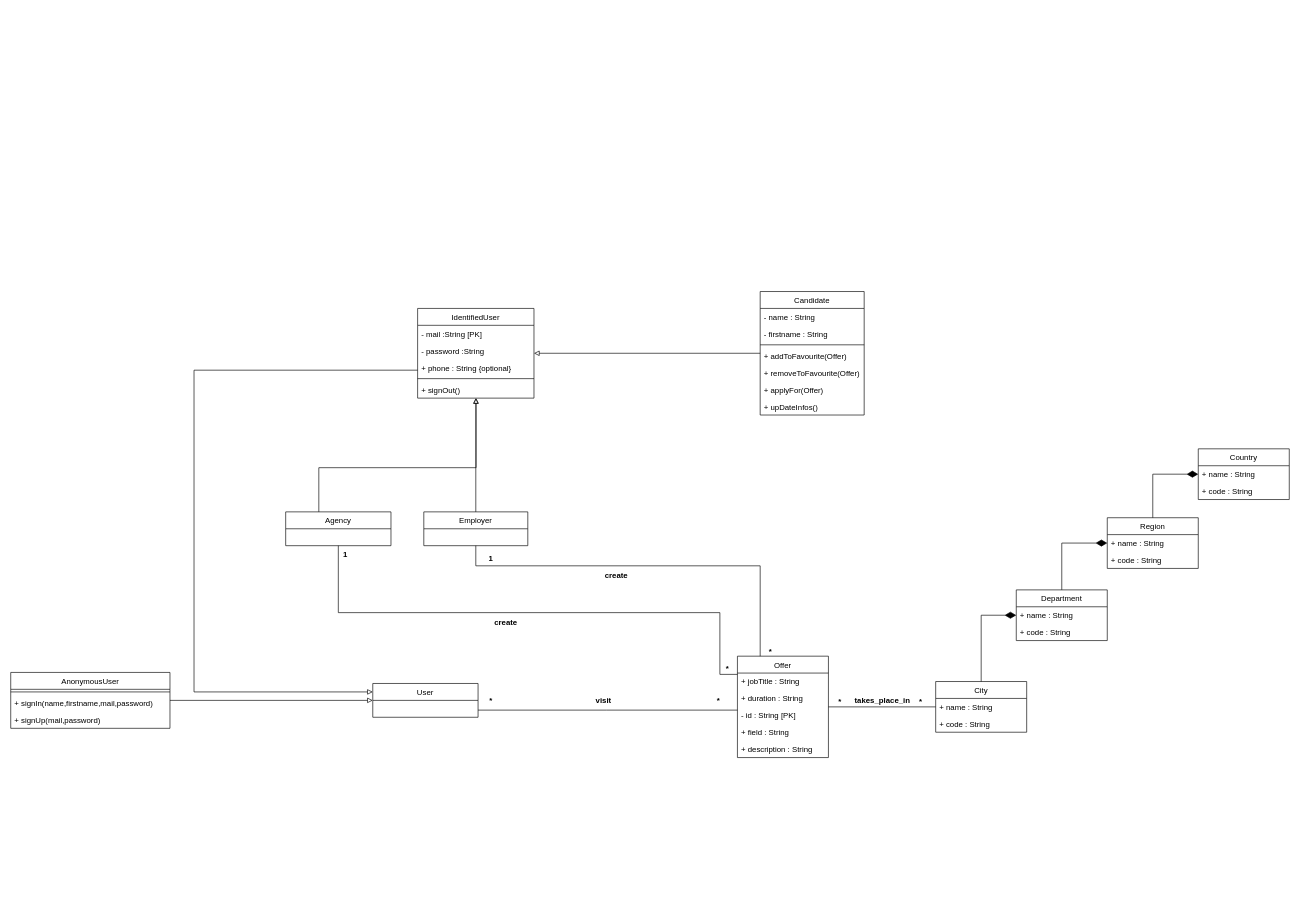
The draw.io diagram UML.drawio in Papittson/JobRetriever, before the edit. Source tidied: cells renumbered, new cells numbered last; positions are measured from the earlier drawing's top-left corner, leaving out a move shared by most shapes. Both pictures are drawn from the tidied source at 65%, with x=0, y=0 at pixel (10, 291).
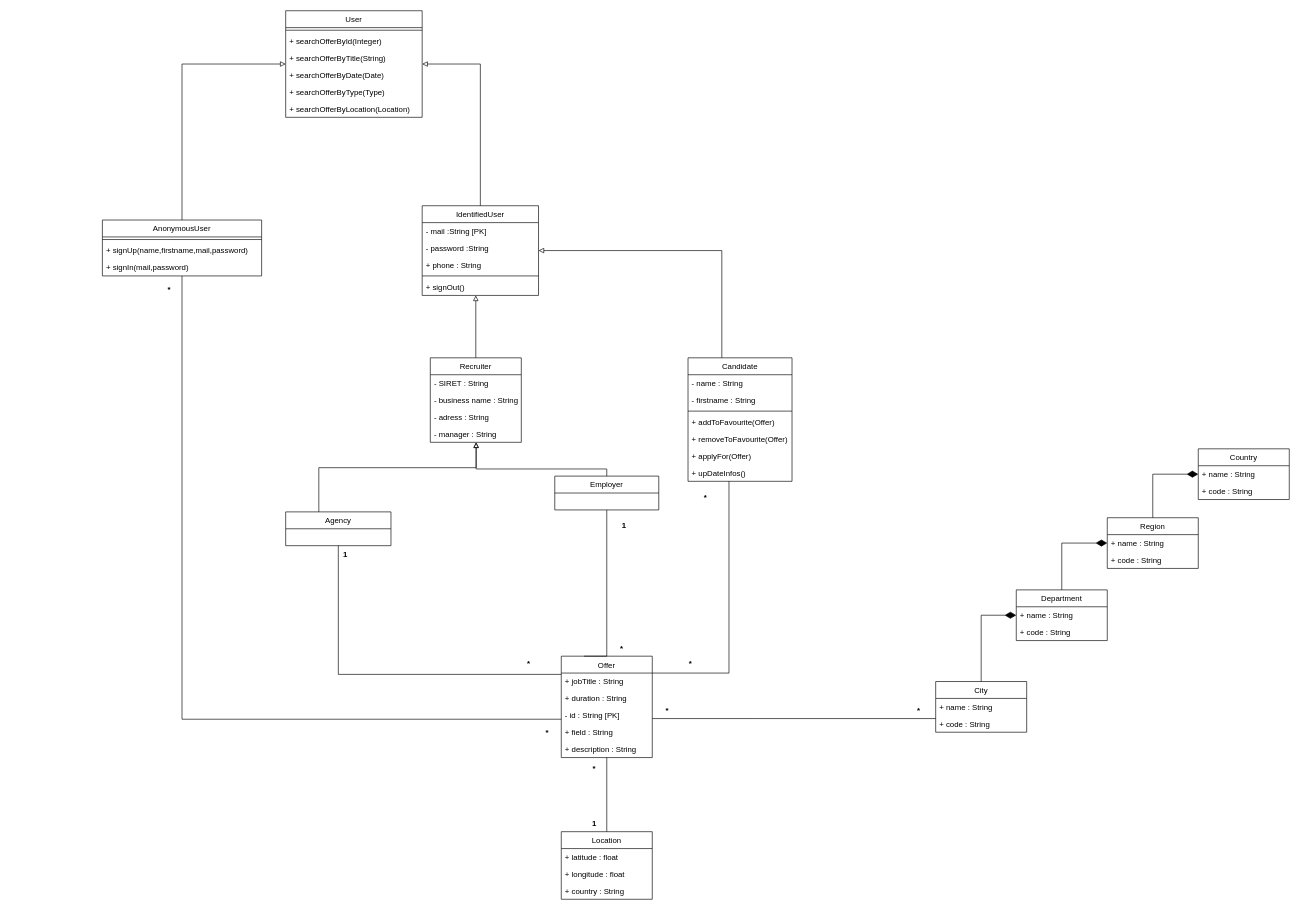
After the change.

Unchanged cells that the change refers to:
```xml
<mxCell id="17" value="City" style="swimlane;fontStyle=0;horizontal=1;startSize=26;fillColor=none;" parent="1" vertex="1">
  <mxGeometry x="1423" y="600" width="140" height="78" as="geometry" />
</mxCell>
<mxCell id="29" value="Agency" style="swimlane;fontStyle=0;horizontal=1;startSize=26;fillColor=none;" parent="1" vertex="1">
  <mxGeometry x="423" y="339" width="162" height="52" as="geometry" />
</mxCell>
```

What changed in the source:
```diff
@@
     <mxCell id="2" style="edgeStyle=orthogonalEdgeStyle;rounded=0;jettySize=auto;html=1;endArrow=none;endFill=0;startSize=0;endSize=15;" parent="1" edge="1" source="3" target="17">
-      <mxGeometry relative="1" as="geometry" />
+      <mxGeometry relative="1" as="geometry">
+        <Array as="points">
+          <mxPoint x="1148" y="657" />
+          <mxPoint x="1148" y="657" />
+        </Array>
+      </mxGeometry>
     </mxCell>
     <mxCell id="3" value="Offer" style="swimlane;fontStyle=0;horizontal=1;startSize=26;fillColor=none;" parent="1" vertex="1">
-      <mxGeometry x="1118" y="561" width="140" height="156" as="geometry" />
+      <mxGeometry x="847" y="561" width="140" height="156" as="geometry" />
     </mxCell>
@@
-    <mxCell id="24" style="edgeStyle=orthogonalEdgeStyle;rounded=0;jettySize=auto;html=1;endArrow=block;endFill=0;" parent="1" edge="1" source="26" target="36">
+    <mxCell id="24" style="edgeStyle=orthogonalEdgeStyle;rounded=0;jettySize=auto;html=1;endArrow=block;endFill=0;" parent="1" edge="1" source="26" target="74">
       <mxGeometry relative="1" as="geometry">
         <Array as="points">
-          <mxPoint x="716" y="247" />
-          <mxPoint x="716" y="247" />
+          <mxPoint x="917" y="273" />
+          <mxPoint x="716" y="273" />
         </Array>
       </mxGeometry>
     </mxCell>
     <mxCell id="25" style="edgeStyle=orthogonalEdgeStyle;rounded=0;jettySize=auto;html=1;entryX=0.25;entryY=0;entryDx=0;entryDy=0;endArrow=none;endFill=0;" parent="1" edge="1" source="26" target="3">
       <mxGeometry relative="1" as="geometry">
         <Array as="points">
-          <mxPoint x="716" y="422" />
-          <mxPoint x="1153" y="422" />
+          <mxPoint x="917" y="561" />
         </Array>
       </mxGeometry>
     </mxCell>
     <mxCell id="26" value="Employer" style="swimlane;fontStyle=0;horizontal=1;startSize=26;fillColor=none;" parent="1" vertex="1">
-      <mxGeometry x="635.5" y="339" width="160" height="52" as="geometry" />
+      <mxGeometry x="837" y="284" width="160" height="52" as="geometry" />
     </mxCell>
-    <mxCell id="27" style="edgeStyle=orthogonalEdgeStyle;rounded=0;jettySize=auto;html=1;endArrow=block;endFill=0;" parent="1" edge="1" source="29" target="36">
+    <mxCell id="27" style="edgeStyle=orthogonalEdgeStyle;rounded=0;jettySize=auto;html=1;endArrow=block;endFill=0;" parent="1" edge="1" source="29" target="74">
       <mxGeometry relative="1" as="geometry">
         <Array as="points">
           <mxPoint x="474" y="271" />
           <mxPoint x="716" y="271" />
+          <mxPoint x="716" y="200" />
         </Array>
       </mxGeometry>
     </mxCell>
     <mxCell id="28" style="edgeStyle=orthogonalEdgeStyle;rounded=0;jettySize=auto;html=1;endArrow=none;endFill=0;startArrow=none;" parent="1" edge="1" source="29" target="3">
       <mxGeometry relative="1" as="geometry">
         <Array as="points">
-          <mxPoint x="504" y="494" />
-          <mxPoint x="1091" y="494" />
-          <mxPoint x="1091" y="589" />
+          <mxPoint x="504" y="589" />
         </Array>
       </mxGeometry>
     </mxCell>
@@
-    <mxCell id="30" style="edgeStyle=orthogonalEdgeStyle;rounded=0;jettySize=auto;html=1;entryX=0;entryY=0.5;entryDx=0;entryDy=0;endArrow=block;endFill=0;" parent="1" edge="1" source="31" target="52">
+    <mxCell id="30" style="edgeStyle=orthogonalEdgeStyle;rounded=0;jettySize=auto;html=1;entryX=0;entryY=0.5;entryDx=0;entryDy=0;endArrow=block;endFill=0;exitX=0.5;exitY=0;exitDx=0;exitDy=0;" parent="1" edge="1" source="31" target="52">
       <mxGeometry relative="1" as="geometry" />
     </mxCell>
+    <mxCell id="65" style="edgeStyle=orthogonalEdgeStyle;rounded=0;jettySize=auto;html=1;endArrow=none;endFill=0;" parent="1" edge="1" source="31" target="3">
+      <mxGeometry relative="1" as="geometry">
+        <Array as="points">
+          <mxPoint x="264" y="658" />
+        </Array>
+      </mxGeometry>
+    </mxCell>
     <mxCell id="31" value="AnonymousUser" style="swimlane;fontStyle=0;horizontal=1;startSize=26;fillColor=none;" parent="1" vertex="1">
-      <mxGeometry y="586" width="245" height="86" as="geometry" />
+      <mxGeometry x="141" y="-110" width="245" height="86" as="geometry" />
     </mxCell>
@@
-    <mxCell id="33" value="+ signIn(name,firstname,mail,password)" style="text;strokeColor=none;fillColor=none;align=left;verticalAlign=top;spacingLeft=4;spacingRight=4;overflow=hidden;" parent="31" vertex="1">
+    <mxCell id="33" value="+ signUp(name,firstname,mail,password)" style="text;strokeColor=none;fillColor=none;align=left;verticalAlign=top;spacingLeft=4;spacingRight=4;overflow=hidden;" parent="31" vertex="1">
       <mxGeometry y="34" width="245" height="26" as="geometry" />
     </mxCell>
-    <mxCell id="34" value="+ signUp(mail,password)" style="text;strokeColor=none;fillColor=none;align=left;verticalAlign=top;spacingLeft=4;spacingRight=4;overflow=hidden;" parent="31" vertex="1">
+    <mxCell id="34" value="+ signIn(mail,password)" style="text;strokeColor=none;fillColor=none;align=left;verticalAlign=top;spacingLeft=4;spacingRight=4;overflow=hidden;" parent="31" vertex="1">
       <mxGeometry y="60" width="245" height="26" as="geometry" />
     </mxCell>
-    <mxCell id="35" style="edgeStyle=orthogonalEdgeStyle;rounded=0;jettySize=auto;html=1;entryX=0;entryY=0.25;entryDx=0;entryDy=0;endArrow=block;endFill=0;" parent="1" edge="1" source="36" target="52">
+    <mxCell id="35" style="edgeStyle=orthogonalEdgeStyle;rounded=0;jettySize=auto;html=1;endArrow=block;endFill=0;exitX=0.5;exitY=0;exitDx=0;exitDy=0;" parent="1" edge="1" source="36" target="52">
       <mxGeometry relative="1" as="geometry">
         <Array as="points">
-          <mxPoint x="282" y="121" />
-          <mxPoint x="282" y="616" />
+          <mxPoint x="723" y="-350" />
         </Array>
       </mxGeometry>
     </mxCell>
     <mxCell id="36" value="IdentifiedUser" style="swimlane;fontStyle=0;horizontal=1;startSize=26;fillColor=none;" parent="1" vertex="1">
-      <mxGeometry x="626" y="26" width="179" height="138" as="geometry" />
+      <mxGeometry x="633" y="-132" width="179" height="138" as="geometry" />
     </mxCell>
@@
-    <mxCell id="39" value="+ phone : String {optional}" style="text;strokeColor=none;fillColor=none;align=left;verticalAlign=top;spacingLeft=4;spacingRight=4;overflow=hidden;" parent="36" vertex="1">
+    <mxCell id="39" value="+ phone : String " style="text;strokeColor=none;fillColor=none;align=left;verticalAlign=top;spacingLeft=4;spacingRight=4;overflow=hidden;" parent="36" vertex="1">
       <mxGeometry y="78" width="179" height="26" as="geometry" />
     </mxCell>
@@
     <mxCell id="42" style="edgeStyle=orthogonalEdgeStyle;rounded=0;jettySize=auto;html=1;endArrow=block;endFill=0;" parent="1" edge="1" source="43" target="36">
-      <mxGeometry relative="1" as="geometry" />
+      <mxGeometry relative="1" as="geometry">
+        <Array as="points">
+          <mxPoint x="1094" y="-63" />
+        </Array>
+      </mxGeometry>
     </mxCell>
+    <mxCell id="66" style="edgeStyle=orthogonalEdgeStyle;rounded=0;jettySize=auto;html=1;endArrow=none;endFill=0;" parent="1" edge="1" source="43" target="3">
+      <mxGeometry relative="1" as="geometry">
+        <Array as="points">
+          <mxPoint x="1105" y="587" />
+        </Array>
+      </mxGeometry>
+    </mxCell>
     <mxCell id="43" value="Candidate" style="swimlane;fontStyle=0;horizontal=1;startSize=26;fillColor=none;" parent="1" vertex="1">
-      <mxGeometry x="1153" width="160" height="190" as="geometry" />
+      <mxGeometry x="1042" y="102" width="160" height="190" as="geometry" />
     </mxCell>
@@
-    <mxCell id="51" style="edgeStyle=orthogonalEdgeStyle;rounded=0;jettySize=auto;html=1;endArrow=none;endFill=0;" parent="1" edge="1" source="52" target="3">
-      <mxGeometry relative="1" as="geometry">
-        <Array as="points">
-          <mxPoint x="917" y="644" />
-          <mxPoint x="917" y="644" />
-        </Array>
-      </mxGeometry>
-    </mxCell>
     <mxCell id="52" value="User" style="swimlane;fontStyle=0;horizontal=1;startSize=26;fillColor=none;" parent="1" vertex="1">
-      <mxGeometry x="557" y="603" width="162" height="52" as="geometry" />
+      <mxGeometry x="423" y="-432" width="210" height="164" as="geometry" />
     </mxCell>
+    <mxCell id="67" style="line;strokeWidth=1;fillColor=none;align=left;verticalAlign=middle;spacingTop=-1;spacingLeft=3;spacingRight=3;labelPosition=right;strokeColor=inherit;" parent="52" vertex="1">
+      <mxGeometry y="26" width="210" height="8" as="geometry" />
+    </mxCell>
+    <mxCell id="68" value="+ searchOfferById(Integer)" style="text;strokeColor=none;fillColor=none;align=left;verticalAlign=top;spacingLeft=4;spacingRight=4;overflow=hidden;" parent="52" vertex="1">
+      <mxGeometry y="34" width="210" height="26" as="geometry" />
+    </mxCell>
+    <mxCell id="69" value="+ searchOfferByTitle(String)" style="text;strokeColor=none;fillColor=none;align=left;verticalAlign=top;spacingLeft=4;spacingRight=4;overflow=hidden;" parent="52" vertex="1">
+      <mxGeometry y="60" width="210" height="26" as="geometry" />
+    </mxCell>
+    <mxCell id="70" value="+ searchOfferByDate(Date)" style="text;strokeColor=none;fillColor=none;align=left;verticalAlign=top;spacingLeft=4;spacingRight=4;overflow=hidden;" parent="52" vertex="1">
+      <mxGeometry y="86" width="210" height="26" as="geometry" />
+    </mxCell>
+    <mxCell id="71" value="+ searchOfferByType(Type)" style="text;strokeColor=none;fillColor=none;align=left;verticalAlign=top;spacingLeft=4;spacingRight=4;overflow=hidden;" parent="52" vertex="1">
+      <mxGeometry y="112" width="210" height="26" as="geometry" />
+    </mxCell>
+    <mxCell id="72" value="+ searchOfferByLocation(Location)" style="text;strokeColor=none;fillColor=none;align=left;verticalAlign=top;spacingLeft=4;spacingRight=4;overflow=hidden;" parent="52" vertex="1">
+      <mxGeometry y="138" width="210" height="26" as="geometry" />
+    </mxCell>
     <mxCell id="53" value="*" style="text;align=center;fontStyle=1;verticalAlign=middle;spacingLeft=3;spacingRight=3;strokeColor=none;" parent="1" vertex="1">
-      <mxGeometry x="1049" y="616" width="80" height="26" as="geometry" />
+      <mxGeometry x="785.5" y="665" width="80" height="26" as="geometry" />
     </mxCell>
     <mxCell id="54" value="*" style="text;align=center;fontStyle=1;verticalAlign=middle;spacingLeft=3;spacingRight=3;strokeColor=none;" parent="1" vertex="1">
-      <mxGeometry x="699" y="616" width="80" height="26" as="geometry" />
+      <mxGeometry x="204" y="-17" width="80" height="26" as="geometry" />
     </mxCell>
     <mxCell id="55" value="*" style="text;align=center;fontStyle=1;verticalAlign=middle;spacingLeft=3;spacingRight=3;strokeColor=none;" parent="1" vertex="1">
-      <mxGeometry x="1360" y="617" width="80" height="26" as="geometry" />
+      <mxGeometry x="1357" y="631" width="80" height="26" as="geometry" />
     </mxCell>
     <mxCell id="56" value="*" style="text;align=center;fontStyle=1;verticalAlign=middle;spacingLeft=3;spacingRight=3;strokeColor=none;" parent="1" vertex="1">
-      <mxGeometry x="1236" y="617" width="80" height="26" as="geometry" />
+      <mxGeometry x="970" y="631" width="80" height="26" as="geometry" />
     </mxCell>
-    <mxCell id="57" value="visit " style="text;align=center;fontStyle=1;verticalAlign=middle;spacingLeft=3;spacingRight=3;strokeColor=none;" parent="1" vertex="1">
-      <mxGeometry x="874" y="616" width="80" height="26" as="geometry" />
-    </mxCell>
-    <mxCell id="58" value="takes_place_in " style="text;align=center;fontStyle=1;verticalAlign=middle;spacingLeft=3;spacingRight=3;strokeColor=none;" parent="1" vertex="1">
-      <mxGeometry x="1303" y="615" width="80" height="26" as="geometry" />
-    </mxCell>
     <mxCell id="59" value="1" style="text;align=center;fontStyle=1;verticalAlign=middle;spacingLeft=3;spacingRight=3;strokeColor=none;" parent="1" vertex="1">
-      <mxGeometry x="699" y="397" width="80" height="26" as="geometry" />
+      <mxGeometry x="904" y="346" width="80" height="26" as="geometry" />
     </mxCell>
-    <mxCell id="60" value="create" style="text;align=center;fontStyle=1;verticalAlign=middle;spacingLeft=3;spacingRight=3;strokeColor=none;" parent="1" vertex="1">
-      <mxGeometry x="892" y="423" width="80" height="26" as="geometry" />
-    </mxCell>
     <mxCell id="61" value="*" style="text;align=center;fontStyle=1;verticalAlign=middle;spacingLeft=3;spacingRight=3;strokeColor=none;" parent="1" vertex="1">
-      <mxGeometry x="1129" y="540" width="80" height="26" as="geometry" />
+      <mxGeometry x="900" y="535" width="80" height="26" as="geometry" />
     </mxCell>
-    <mxCell id="62" value="create" style="text;align=center;fontStyle=1;verticalAlign=middle;spacingLeft=3;spacingRight=3;strokeColor=none;" parent="1" vertex="1">
-      <mxGeometry x="722" y="496" width="80" height="26" as="geometry" />
-    </mxCell>
@@
     <mxCell id="64" value="*" style="text;align=center;fontStyle=1;verticalAlign=middle;spacingLeft=3;spacingRight=3;strokeColor=none;" parent="1" vertex="1">
-      <mxGeometry x="1063" y="566" width="80" height="26" as="geometry" />
+      <mxGeometry x="757" y="558" width="80" height="26" as="geometry" />
     </mxCell>
+    <mxCell id="73" style="edgeStyle=orthogonalEdgeStyle;rounded=0;jettySize=auto;html=1;endArrow=block;endFill=0;" parent="1" edge="1" source="74" target="36">
+      <mxGeometry relative="1" as="geometry">
+        <Array as="points">
+          <mxPoint x="714" y="-9" />
+          <mxPoint x="714" y="-9" />
+        </Array>
+      </mxGeometry>
+    </mxCell>
+    <mxCell id="74" value="Recruiter" style="swimlane;fontStyle=0;horizontal=1;startSize=26;fillColor=none;" parent="1" vertex="1">
+      <mxGeometry x="645.5" y="102" width="140" height="130" as="geometry" />
+    </mxCell>
+    <mxCell id="75" value="- SIRET : String " style="text;strokeColor=none;fillColor=none;align=left;verticalAlign=top;spacingLeft=4;spacingRight=4;overflow=hidden;" parent="74" vertex="1">
+      <mxGeometry y="26" width="140" height="26" as="geometry" />
+    </mxCell>
+    <mxCell id="76" value="- business name : String" style="text;strokeColor=none;fillColor=none;align=left;verticalAlign=top;spacingLeft=4;spacingRight=4;overflow=hidden;" parent="74" vertex="1">
+      <mxGeometry y="52" width="140" height="26" as="geometry" />
+    </mxCell>
+    <mxCell id="77" value="- adress : String" style="text;strokeColor=none;fillColor=none;align=left;verticalAlign=top;spacingLeft=4;spacingRight=4;overflow=hidden;" parent="74" vertex="1">
+      <mxGeometry y="78" width="140" height="26" as="geometry" />
+    </mxCell>
+    <mxCell id="78" value="- manager : String" style="text;strokeColor=none;fillColor=none;align=left;verticalAlign=top;spacingLeft=4;spacingRight=4;overflow=hidden;" parent="74" vertex="1">
+      <mxGeometry y="104" width="140" height="26" as="geometry" />
+    </mxCell>
+    <mxCell id="79" value="*" style="text;align=center;fontStyle=1;verticalAlign=middle;spacingLeft=3;spacingRight=3;strokeColor=none;" parent="1" vertex="1">
+      <mxGeometry x="1029" y="303" width="80" height="26" as="geometry" />
+    </mxCell>
+    <mxCell id="80" value="*" style="text;align=center;fontStyle=1;verticalAlign=middle;spacingLeft=3;spacingRight=3;strokeColor=none;" parent="1" vertex="1">
+      <mxGeometry x="1006" y="558" width="80" height="26" as="geometry" />
+    </mxCell>
+    <mxCell id="81" style="edgeStyle=orthogonalEdgeStyle;rounded=0;jettySize=auto;html=1;endArrow=none;endFill=0;" parent="1" edge="1" source="82" target="3">
+      <mxGeometry relative="1" as="geometry" />
+    </mxCell>
+    <mxCell id="82" value="Location" style="swimlane;fontStyle=0;horizontal=1;startSize=26;fillColor=none;" parent="1" vertex="1">
+      <mxGeometry x="847" y="831" width="140" height="104" as="geometry" />
+    </mxCell>
+    <mxCell id="83" value="+ latitude : float" style="text;strokeColor=none;fillColor=none;align=left;verticalAlign=top;spacingLeft=4;spacingRight=4;overflow=hidden;" parent="82" vertex="1">
+      <mxGeometry y="26" width="140" height="26" as="geometry" />
+    </mxCell>
+    <mxCell id="84" value="+ longitude : float" style="text;strokeColor=none;fillColor=none;align=left;verticalAlign=top;spacingLeft=4;spacingRight=4;overflow=hidden;" parent="82" vertex="1">
+      <mxGeometry y="52" width="140" height="26" as="geometry" />
+    </mxCell>
+    <mxCell id="85" value="+ country : String " style="text;strokeColor=none;fillColor=none;align=left;verticalAlign=top;spacingLeft=4;spacingRight=4;overflow=hidden;" parent="82" vertex="1">
+      <mxGeometry y="78" width="140" height="26" as="geometry" />
+    </mxCell>
+    <mxCell id="86" value="*" style="text;align=center;fontStyle=1;verticalAlign=middle;spacingLeft=3;spacingRight=3;strokeColor=none;" parent="1" vertex="1">
+      <mxGeometry x="858" y="720" width="80" height="26" as="geometry" />
+    </mxCell>
+    <mxCell id="87" value="1" style="text;align=center;fontStyle=1;verticalAlign=middle;spacingLeft=3;spacingRight=3;strokeColor=none;" parent="1" vertex="1">
+      <mxGeometry x="858" y="805" width="80" height="26" as="geometry" />
+    </mxCell>
```
